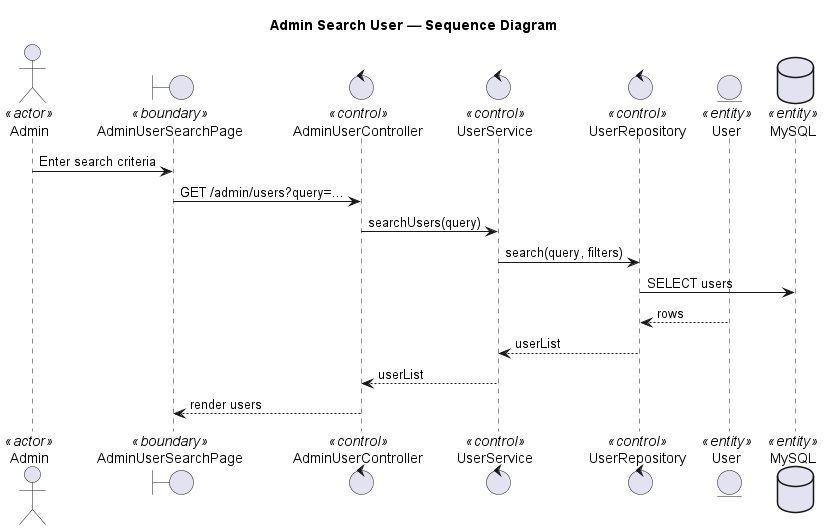
Faythpromax/E-Learning keeps this PlantUML diagram as out/sequence/Search User/admin search user.png. Above is the earlier version. The source it was exported from:
```plantuml
@startuml admin search user
title Admin Search User — Sequence Diagram

actor Admin <<actor>>
boundary "AdminUserSearchPage" as UI <<boundary>>
control "AdminUserController" as Controller <<control>>
control "UserService" as Service <<control>>
control "UserRepository" as Repository <<control>>
entity "User" as UserModel <<entity>>
database "MySQL" as DB <<entity>>

Admin -> UI: Enter search criteria
UI -> Controller: GET /admin/users?query=...
Controller -> Service: searchUsers(query)
Service -> Repository: search(query, filters)
Repository -> DB: SELECT users
UserModel --> Repository: rows
Repository --> Service: userList
Service --> Controller: userList
Controller --> UI: render users

@enduml
```
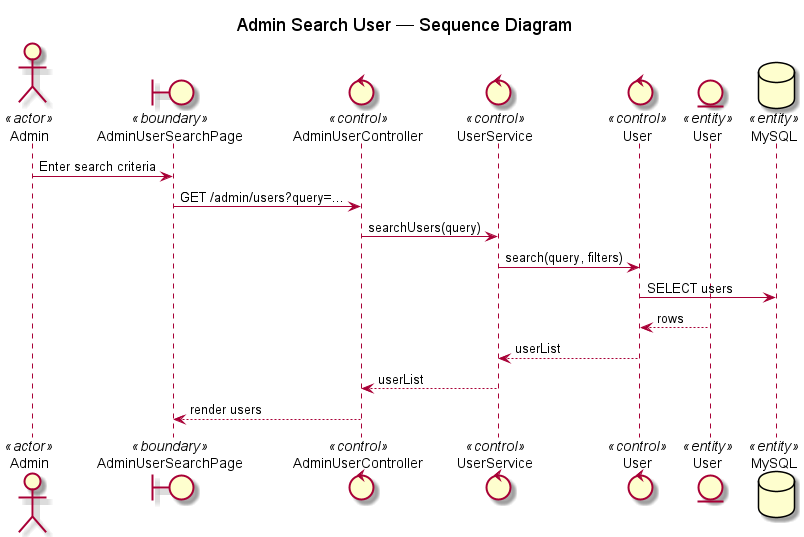
The same diagram one commit later.

Change to the diagram source:
```diff
@@ -5,7 +5,7 @@
 boundary "AdminUserSearchPage" as UI <<boundary>>
 control "AdminUserController" as Controller <<control>>
 control "UserService" as Service <<control>>
-control "UserRepository" as Repository <<control>>
+control "User" as Repository <<control>>
 entity "User" as UserModel <<entity>>
 database "MySQL" as DB <<entity>>
 
```
